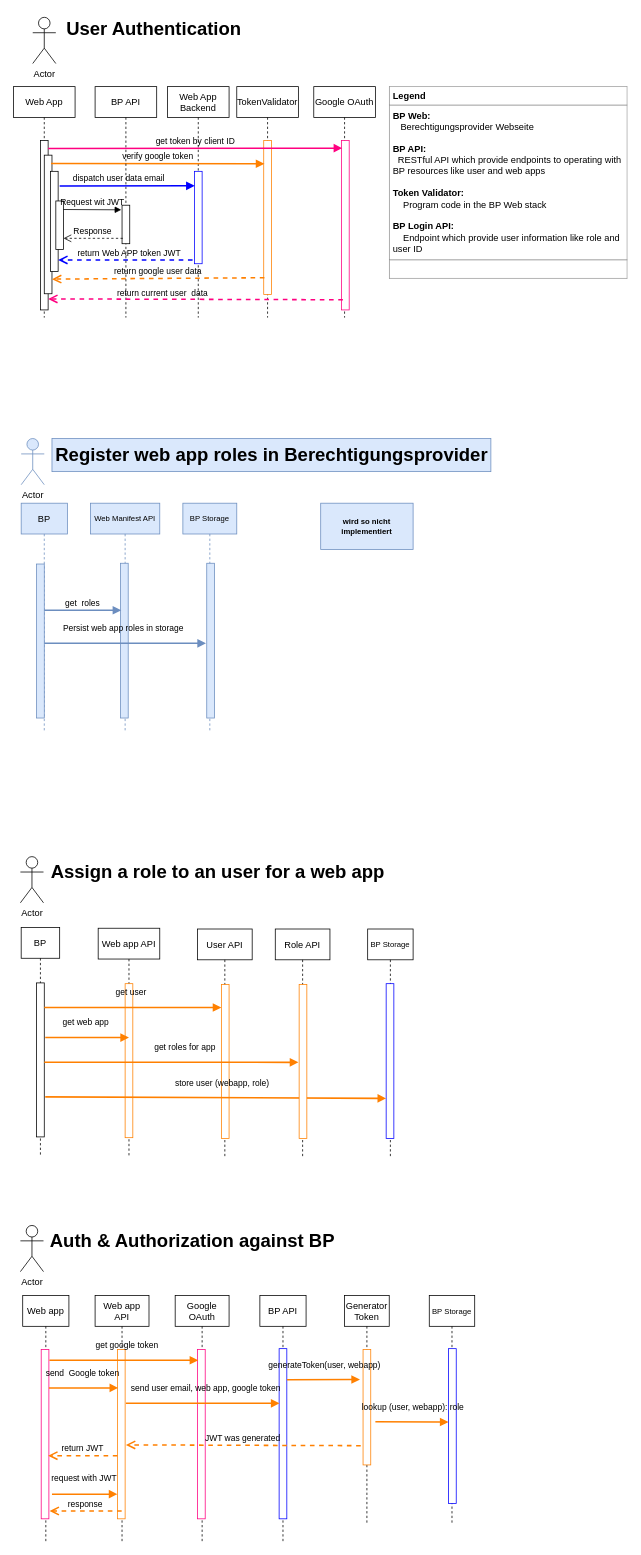
Above: waglpz/Untitled Diagram.drawio in olekhy/diag.io (draw.io), before the change. Source tidied: cells renumbered, new cells numbered last; positions are measured from the earlier drawing's top-left corner, leaving out a move shared by most shapes. Both pictures are drawn from the tidied source at 77%, with x=0, y=0 at pixel (13, 13).
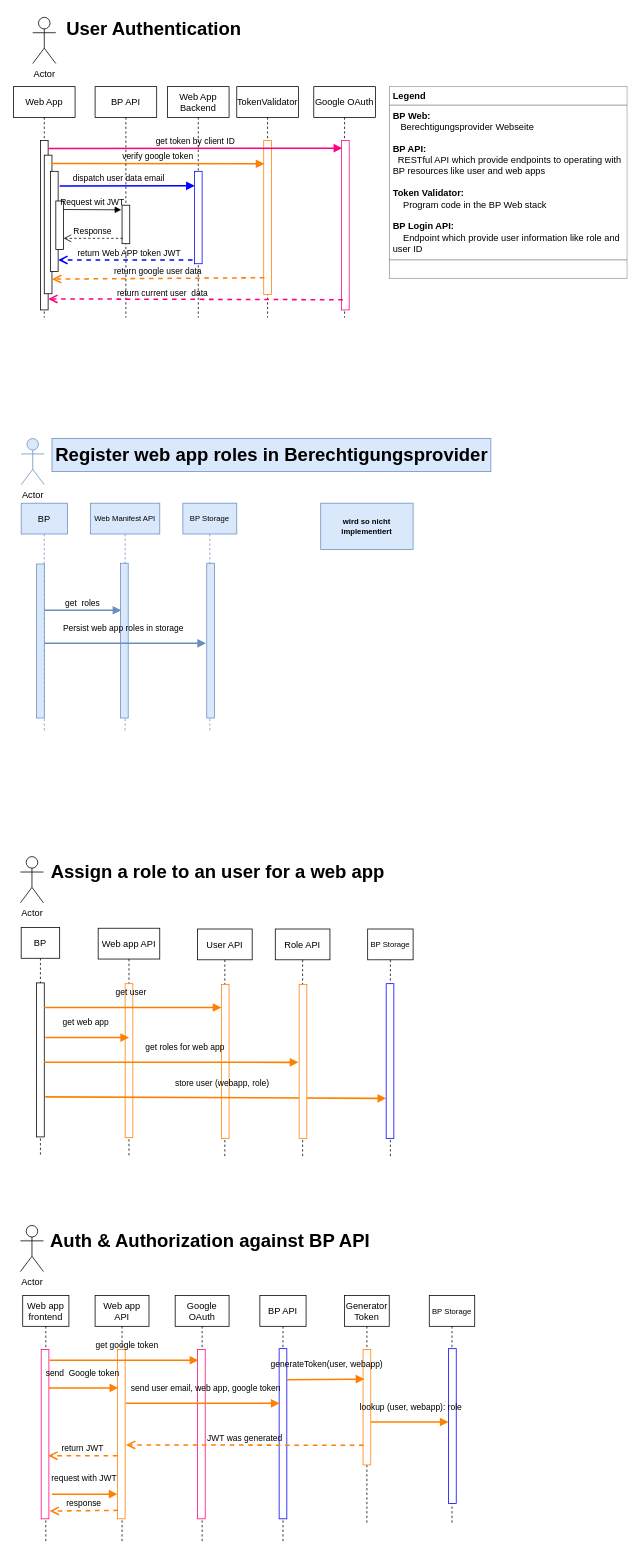
The same page after the edit.

Unchanged cells that the change refers to:
```xml
<mxCell id="50" style="points=[];perimeter=orthogonalPerimeter;rounded=0;shadow=0;strokeWidth=1;labelBackgroundColor=none;strokeColor=#0000FF;" parent="49" vertex="1">
  <mxGeometry x="25" y="69" width="10" height="221" as="geometry" />
</mxCell>
<mxCell id="51" value="Web app&#10;API" style="shape=umlLifeline;perimeter=lifelinePerimeter;rounded=0;shadow=0;strokeWidth=1;labelBackgroundColor=none;" parent="1" vertex="1">
  <mxGeometry x="106" y="1665" width="70" height="320" as="geometry" />
</mxCell>
<mxCell id="52" style="points=[];perimeter=orthogonalPerimeter;rounded=0;shadow=0;strokeWidth=1;labelBackgroundColor=none;strokeColor=#FF8000;" parent="51" vertex="1">
  <mxGeometry x="29" y="70" width="10" height="220" as="geometry" />
</mxCell>
<mxCell id="54" style="points=[];perimeter=orthogonalPerimeter;rounded=0;shadow=0;strokeWidth=1;labelBackgroundColor=none;strokeColor=#FF8000;" parent="53" vertex="1">
  <mxGeometry x="24" y="70" width="10" height="150" as="geometry" />
</mxCell>
<mxCell id="59" style="points=[];perimeter=orthogonalPerimeter;rounded=0;shadow=0;strokeWidth=1;labelBackgroundColor=none;strokeColor=#FF0080;" parent="58" vertex="1">
  <mxGeometry x="24" y="70" width="10" height="220" as="geometry" />
</mxCell>
<mxCell id="67" style="points=[];perimeter=orthogonalPerimeter;rounded=0;shadow=0;strokeWidth=1;labelBackgroundColor=none;strokeColor=#0000FF;" parent="66" vertex="1">
  <mxGeometry x="25" y="69" width="10" height="201" as="geometry" />
</mxCell>
```

The edit, as a diff of the source:
```diff
@@
-    <mxCell id="55" value="Auth &amp;amp; Authorization against BP" style="text;strokeColor=none;fillColor=none;html=1;fontSize=24;fontStyle=1;verticalAlign=middle;align=center;" parent="1" vertex="1">
-      <mxGeometry x="82" y="1574" width="300" height="40" as="geometry" />
+    <mxCell id="55" value="Auth &amp;amp; Authorization against BP API" style="text;strokeColor=none;fillColor=none;html=1;fontSize=24;fontStyle=1;verticalAlign=middle;align=center;" parent="1" vertex="1">
+      <mxGeometry x="31" y="1574" width="448" height="39" as="geometry" />
     </mxCell>
@@
-    <mxCell id="58" value="Web app" style="shape=umlLifeline;perimeter=lifelinePerimeter;rounded=0;shadow=0;strokeWidth=1;labelBackgroundColor=none;" parent="1" vertex="1">
+    <mxCell id="58" value="Web app&#10;frontend " style="shape=umlLifeline;perimeter=lifelinePerimeter;rounded=0;shadow=0;strokeWidth=1;labelBackgroundColor=none;" parent="1" vertex="1">
       <mxGeometry x="12" y="1665" width="60" height="320" as="geometry" />
     </mxCell>
@@
-    <mxCell id="62" value="generateToken(user, webapp)" style="verticalAlign=bottom;endArrow=block;shadow=0;strokeWidth=2;labelBackgroundColor=none;fontColor=default;rounded=0;strokeColor=#FF8000;exitX=1.029;exitY=0.183;exitDx=0;exitDy=0;exitPerimeter=0;" parent="1" edge="1" source="50">
-      <mxGeometry x="0.04" y="10" relative="1" as="geometry">
-        <mxPoint x="450" y="1774" as="targetPoint" />
-      </mxGeometry>
+    <mxCell id="62" value="generateToken(user, webapp)" style="verticalAlign=bottom;endArrow=block;shadow=0;strokeWidth=2;labelBackgroundColor=none;fontColor=default;rounded=0;strokeColor=#FF8000;exitX=1.029;exitY=0.183;exitDx=0;exitDy=0;exitPerimeter=0;entryX=0.165;entryY=0.257;entryDx=0;entryDy=0;entryPerimeter=0;" parent="1" edge="1" source="50" target="54">
+      <mxGeometry x="0.04" y="10" relative="1" as="geometry" />
     </mxCell>
-    <mxCell id="63" value="JWT was generated" style="verticalAlign=bottom;endArrow=open;dashed=1;endSize=8;shadow=0;strokeWidth=2;labelBackgroundColor=none;fontColor=default;rounded=0;anchorPointDirection=1;snapToPoint=1;strokeColor=#FF8000;" parent="1" edge="1">
+    <mxCell id="63" value="JWT was generated" style="verticalAlign=bottom;endArrow=open;dashed=1;endSize=8;shadow=0;strokeWidth=2;labelBackgroundColor=none;fontColor=default;rounded=0;anchorPointDirection=1;snapToPoint=1;strokeColor=#FF8000;exitX=0.078;exitY=0.83;exitDx=0;exitDy=0;exitPerimeter=0;" parent="1" edge="1" source="54">
       <mxGeometry relative="1" as="geometry">
-        <mxPoint x="451" y="1860" as="sourcePoint" />
         <mxPoint x="146" y="1859" as="targetPoint" />
       </mxGeometry>
     </mxCell>
@@
-    <mxCell id="65" value="response" style="verticalAlign=bottom;endArrow=open;dashed=1;endSize=8;shadow=0;strokeWidth=2;labelBackgroundColor=none;fontColor=default;rounded=0;anchorPointDirection=1;snapToPoint=1;strokeColor=#FF8000;entryX=1.084;entryY=0.954;entryDx=0;entryDy=0;entryPerimeter=0;" parent="1" edge="1" source="51" target="59">
+    <mxCell id="65" value="response" style="verticalAlign=bottom;endArrow=open;dashed=1;endSize=8;shadow=0;strokeWidth=2;labelBackgroundColor=none;fontColor=default;rounded=0;anchorPointDirection=1;snapToPoint=1;strokeColor=#FF8000;entryX=1.084;entryY=0.954;entryDx=0;entryDy=0;entryPerimeter=0;exitX=0.065;exitY=0.95;exitDx=0;exitDy=0;exitPerimeter=0;" parent="1" edge="1" source="52" target="59">
       <mxGeometry relative="1" as="geometry" />
     </mxCell>
@@
-    <mxCell id="68" value="lookup (user, webapp): role" style="verticalAlign=bottom;endArrow=block;shadow=0;strokeWidth=2;labelBackgroundColor=none;fontColor=default;rounded=0;strokeColor=#FF8000;entryX=0;entryY=0.474;entryDx=0;entryDy=0;entryPerimeter=0;" parent="1" edge="1" target="67">
-      <mxGeometry x="0.04" y="10" relative="1" as="geometry">
-        <mxPoint x="470" y="1829" as="sourcePoint" />
-      </mxGeometry>
+    <mxCell id="68" value="lookup (user, webapp): role" style="verticalAlign=bottom;endArrow=block;shadow=0;strokeWidth=2;labelBackgroundColor=none;fontColor=default;rounded=0;strokeColor=#FF8000;entryX=0;entryY=0.474;entryDx=0;entryDy=0;entryPerimeter=0;exitX=1.035;exitY=0.628;exitDx=0;exitDy=0;exitPerimeter=0;" parent="1" edge="1" source="54" target="67">
+      <mxGeometry x="0.04" y="10" relative="1" as="geometry" />
     </mxCell>
@@
-    <mxCell id="75" value="get roles for app" style="verticalAlign=bottom;endArrow=block;shadow=0;strokeWidth=2;labelBackgroundColor=none;fontColor=default;rounded=0;strokeColor=#FF8000;entryX=-0.1;entryY=0.421;entryDx=0;entryDy=0;entryPerimeter=0;" parent="1" edge="1">
+    <mxCell id="75" value="get roles for web app" style="verticalAlign=bottom;endArrow=block;shadow=0;strokeWidth=2;labelBackgroundColor=none;fontColor=default;rounded=0;strokeColor=#FF8000;entryX=-0.1;entryY=0.421;entryDx=0;entryDy=0;entryPerimeter=0;" parent="1" edge="1">
       <mxGeometry x="0.11" y="10" relative="1" as="geometry">
         <mxPoint x="40" y="1362" as="sourcePoint" />
         <mxPoint x="370" y="1362.2" as="targetPoint" />
       </mxGeometry>
     </mxCell>
```
